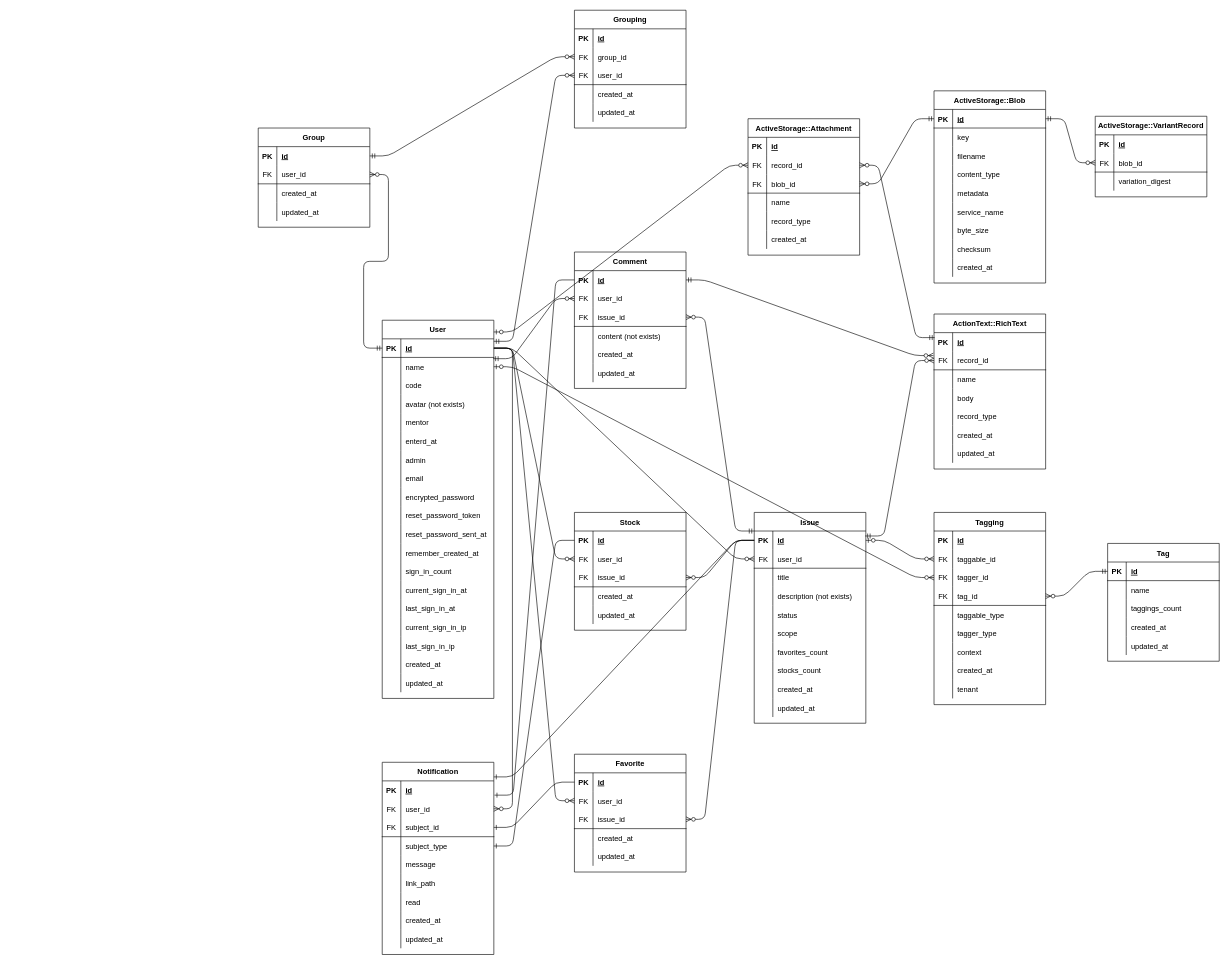
fumtas1k/issues_app keeps this draw.io diagram as RDD/ER.drawio. Above is the earlier version. Source tidied: cells renumbered, new cells numbered last; positions are measured from the earlier drawing's top-left corner, leaving out a move shared by most shapes. Both pictures are drawn from the tidied source at 62%, with x=0, y=0 at pixel (258, 10).
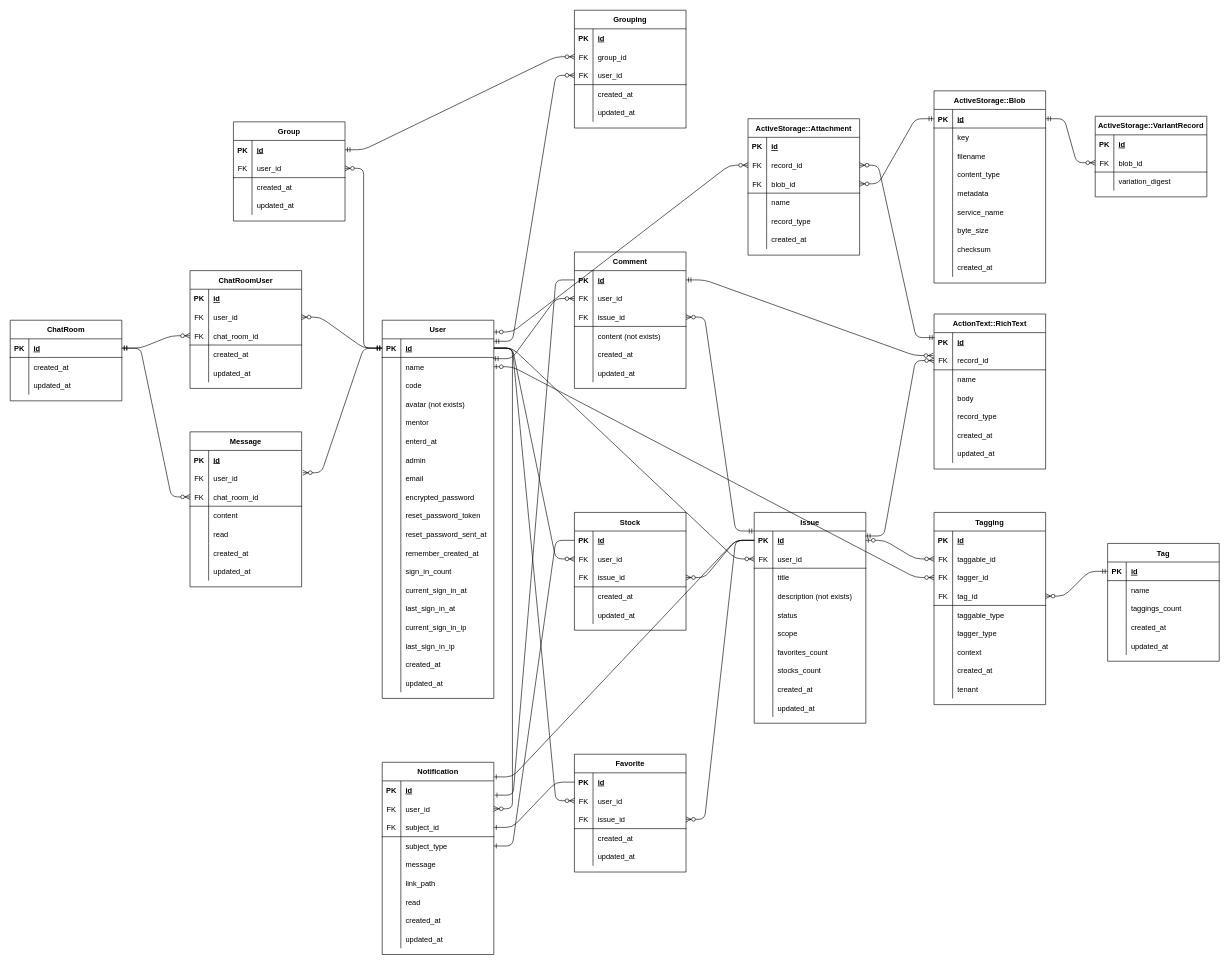
The same diagram, later.

Unchanged cells that the change refers to:
```xml
<mxCell id="3" style="shape=partialRectangle;fillColor=none;top=0;left=0;bottom=1;right=0;points=[[0,0.5],[1,0.5]];portConstraint=eastwest;" parent="2" vertex="1">
  <mxGeometry y="30" width="180" height="30" as="geometry" />
</mxCell>
```

Diff of the diagram source:
```diff
@@
     <mxCell id="303" value="Group" style="shape=table;startSize=30;childLayout=tableLayout;rowLines=0;fontStyle=1;align=center;" parent="1" vertex="1">
-      <mxGeometry y="190" width="180" height="160" as="geometry" />
+      <mxGeometry x="-40" y="180" width="180" height="160" as="geometry" />
     </mxCell>
@@
+    <mxCell id="346" value="ChatRoomUser" style="shape=table;startSize=30;childLayout=tableLayout;rowLines=0;fontStyle=1;align=center;" parent="1" vertex="1">
+      <mxGeometry x="-110" y="420" width="180" height="190" as="geometry" />
+    </mxCell>
+    <mxCell id="347" style="shape=partialRectangle;fillColor=none;top=0;left=0;bottom=0;right=0;" parent="346" vertex="1">
+      <mxGeometry y="30" width="180" height="30" as="geometry" />
+    </mxCell>
+    <mxCell id="348" value="PK" style="shape=partialRectangle;fillColor=none;top=0;left=0;bottom=0;right=0;fontStyle=1;overflow=hidden;" parent="347" vertex="1">
+      <mxGeometry width="30" height="30" as="geometry" />
+    </mxCell>
+    <mxCell id="349" value="id" style="shape=partialRectangle;fillColor=none;top=0;left=0;bottom=0;right=0;align=left;spacingLeft=6;fontStyle=5;overflow=hidden;" parent="347" vertex="1">
+      <mxGeometry x="30" width="150" height="30" as="geometry" />
+    </mxCell>
+    <mxCell id="350" style="shape=partialRectangle;fillColor=none;top=0;left=0;bottom=0;right=0;points=[[0,0.5],[1,0.5]];portConstraint=eastwest;" parent="346" vertex="1">
+      <mxGeometry y="60" width="180" height="30" as="geometry" />
+    </mxCell>
+    <mxCell id="351" value="FK" style="shape=partialRectangle;fillColor=none;top=0;left=0;bottom=0;right=0;fontStyle=0;overflow=hidden;" parent="350" vertex="1">
+      <mxGeometry width="30" height="30" as="geometry" />
+    </mxCell>
+    <mxCell id="352" value="user_id" style="shape=partialRectangle;fillColor=none;top=0;left=0;bottom=0;right=0;align=left;spacingLeft=6;fontStyle=0;overflow=hidden;" parent="350" vertex="1">
+      <mxGeometry x="30" width="150" height="30" as="geometry" />
+    </mxCell>
+    <mxCell id="353" style="shape=partialRectangle;fillColor=none;top=0;left=0;bottom=1;right=0;points=[[0,0.5],[1,0.5]];portConstraint=eastwest;fontStyle=0;" parent="346" vertex="1">
+      <mxGeometry y="90" width="180" height="30" as="geometry" />
+    </mxCell>
+    <mxCell id="354" value="FK" style="shape=partialRectangle;fillColor=none;top=0;left=0;bottom=0;right=0;fontStyle=0;overflow=hidden;" parent="353" vertex="1">
+      <mxGeometry width="30" height="30" as="geometry" />
+    </mxCell>
+    <mxCell id="355" value="chat_room_id" style="shape=partialRectangle;fillColor=none;top=0;left=0;bottom=0;right=0;align=left;spacingLeft=6;fontStyle=0;overflow=hidden;" parent="353" vertex="1">
+      <mxGeometry x="30" width="150" height="30" as="geometry" />
+    </mxCell>
+    <mxCell id="356" style="shape=partialRectangle;fillColor=none;top=0;left=0;bottom=0;right=0;" parent="346" vertex="1">
+      <mxGeometry y="120" width="180" height="30" as="geometry" />
+    </mxCell>
+    <mxCell id="357" style="shape=partialRectangle;fillColor=none;top=0;left=0;bottom=0;right=0;overflow=hidden;" parent="356" vertex="1">
+      <mxGeometry width="30" height="30" as="geometry" />
+    </mxCell>
+    <mxCell id="358" value="created_at" style="shape=partialRectangle;fillColor=none;top=0;left=0;bottom=0;right=0;align=left;spacingLeft=6;overflow=hidden;" parent="356" vertex="1">
+      <mxGeometry x="30" width="150" height="30" as="geometry" />
+    </mxCell>
+    <mxCell id="359" style="shape=partialRectangle;fillColor=none;top=0;left=0;bottom=0;right=0;" parent="346" vertex="1">
+      <mxGeometry y="150" width="180" height="30" as="geometry" />
+    </mxCell>
+    <mxCell id="360" style="shape=partialRectangle;fillColor=none;top=0;left=0;bottom=0;right=0;overflow=hidden;" parent="359" vertex="1">
+      <mxGeometry width="30" height="30" as="geometry" />
+    </mxCell>
+    <mxCell id="361" value="updated_at" style="shape=partialRectangle;fillColor=none;top=0;left=0;bottom=0;right=0;align=left;spacingLeft=6;overflow=hidden;" parent="359" vertex="1">
+      <mxGeometry x="30" width="150" height="30" as="geometry" />
+    </mxCell>
+    <mxCell id="362" value="ChatRoom" style="shape=table;startSize=30;childLayout=tableLayout;rowLines=0;fontStyle=1;align=center;" parent="1" vertex="1">
+      <mxGeometry x="-400" y="500" width="180" height="130" as="geometry" />
+    </mxCell>
+    <mxCell id="363" style="shape=partialRectangle;fillColor=none;top=0;left=0;bottom=1;right=0;points=[[0,0.5],[1,0.5]];portConstraint=eastwest;fontStyle=0;" parent="362" vertex="1">
+      <mxGeometry y="30" width="180" height="30" as="geometry" />
+    </mxCell>
+    <mxCell id="364" value="PK" style="shape=partialRectangle;fillColor=none;top=0;left=0;bottom=0;right=0;fontStyle=1;overflow=hidden;" parent="363" vertex="1">
+      <mxGeometry width="30" height="30" as="geometry" />
+    </mxCell>
+    <mxCell id="365" value="id" style="shape=partialRectangle;fillColor=none;top=0;left=0;bottom=0;right=0;align=left;spacingLeft=6;fontStyle=5;overflow=hidden;" parent="363" vertex="1">
+      <mxGeometry x="30" width="150" height="30" as="geometry" />
+    </mxCell>
+    <mxCell id="366" style="shape=partialRectangle;fillColor=none;top=0;left=0;bottom=0;right=0;" parent="362" vertex="1">
+      <mxGeometry y="60" width="180" height="30" as="geometry" />
+    </mxCell>
+    <mxCell id="367" style="shape=partialRectangle;fillColor=none;top=0;left=0;bottom=0;right=0;overflow=hidden;" parent="366" vertex="1">
+      <mxGeometry width="30" height="30" as="geometry" />
+    </mxCell>
+    <mxCell id="368" value="created_at" style="shape=partialRectangle;fillColor=none;top=0;left=0;bottom=0;right=0;align=left;spacingLeft=6;overflow=hidden;" parent="366" vertex="1">
+      <mxGeometry x="30" width="150" height="30" as="geometry" />
+    </mxCell>
+    <mxCell id="369" style="shape=partialRectangle;fillColor=none;top=0;left=0;bottom=0;right=0;" parent="362" vertex="1">
+      <mxGeometry y="90" width="180" height="30" as="geometry" />
+    </mxCell>
+    <mxCell id="370" style="shape=partialRectangle;fillColor=none;top=0;left=0;bottom=0;right=0;overflow=hidden;" parent="369" vertex="1">
+      <mxGeometry width="30" height="30" as="geometry" />
+    </mxCell>
+    <mxCell id="371" value="updated_at" style="shape=partialRectangle;fillColor=none;top=0;left=0;bottom=0;right=0;align=left;spacingLeft=6;overflow=hidden;" parent="369" vertex="1">
+      <mxGeometry x="30" width="150" height="30" as="geometry" />
+    </mxCell>
+    <mxCell id="372" value="Message" style="shape=table;startSize=30;childLayout=tableLayout;rowLines=0;fontStyle=1;align=center;" parent="1" vertex="1">
+      <mxGeometry x="-110" y="680" width="180" height="250" as="geometry" />
+    </mxCell>
+    <mxCell id="373" style="shape=partialRectangle;fillColor=none;top=0;left=0;bottom=0;right=0;" parent="372" vertex="1">
+      <mxGeometry y="30" width="180" height="30" as="geometry" />
+    </mxCell>
+    <mxCell id="374" value="PK" style="shape=partialRectangle;fillColor=none;top=0;left=0;bottom=0;right=0;fontStyle=1;overflow=hidden;" parent="373" vertex="1">
+      <mxGeometry width="30" height="30" as="geometry" />
+    </mxCell>
+    <mxCell id="375" value="id" style="shape=partialRectangle;fillColor=none;top=0;left=0;bottom=0;right=0;align=left;spacingLeft=6;fontStyle=5;overflow=hidden;" parent="373" vertex="1">
+      <mxGeometry x="30" width="150" height="30" as="geometry" />
+    </mxCell>
+    <mxCell id="376" style="shape=partialRectangle;fillColor=none;top=0;left=0;bottom=0;right=0;points=[[0,0.5],[1,0.5]];portConstraint=eastwest;" parent="372" vertex="1">
+      <mxGeometry y="60" width="180" height="30" as="geometry" />
+    </mxCell>
+    <mxCell id="377" value="FK" style="shape=partialRectangle;fillColor=none;top=0;left=0;bottom=0;right=0;fontStyle=0;overflow=hidden;" parent="376" vertex="1">
+      <mxGeometry width="30" height="30" as="geometry" />
+    </mxCell>
+    <mxCell id="378" value="user_id" style="shape=partialRectangle;fillColor=none;top=0;left=0;bottom=0;right=0;align=left;spacingLeft=6;fontStyle=0;overflow=hidden;" parent="376" vertex="1">
+      <mxGeometry x="30" width="150" height="30" as="geometry" />
+    </mxCell>
+    <mxCell id="379" style="shape=partialRectangle;fillColor=none;top=0;left=0;bottom=1;right=0;points=[[0,0.5],[1,0.5]];portConstraint=eastwest;fontStyle=0;" parent="372" vertex="1">
+      <mxGeometry y="90" width="180" height="30" as="geometry" />
+    </mxCell>
+    <mxCell id="380" value="FK" style="shape=partialRectangle;fillColor=none;top=0;left=0;bottom=0;right=0;fontStyle=0;overflow=hidden;" parent="379" vertex="1">
+      <mxGeometry width="30" height="30" as="geometry" />
+    </mxCell>
+    <mxCell id="381" value="chat_room_id" style="shape=partialRectangle;fillColor=none;top=0;left=0;bottom=0;right=0;align=left;spacingLeft=6;fontStyle=0;overflow=hidden;" parent="379" vertex="1">
+      <mxGeometry x="30" width="150" height="30" as="geometry" />
+    </mxCell>
+    <mxCell id="382" style="shape=partialRectangle;fillColor=none;top=0;left=0;bottom=0;right=0;" parent="372" vertex="1">
+      <mxGeometry y="120" width="180" height="30" as="geometry" />
+    </mxCell>
+    <mxCell id="383" style="shape=partialRectangle;fillColor=none;top=0;left=0;bottom=0;right=0;overflow=hidden;" parent="382" vertex="1">
+      <mxGeometry width="30" height="30" as="geometry" />
+    </mxCell>
+    <mxCell id="384" value="content" style="shape=partialRectangle;fillColor=none;top=0;left=0;bottom=0;right=0;align=left;spacingLeft=6;overflow=hidden;" parent="382" vertex="1">
+      <mxGeometry x="30" width="150" height="30" as="geometry" />
+    </mxCell>
+    <mxCell id="385" style="shape=partialRectangle;fillColor=none;top=0;left=0;bottom=0;right=0;" parent="372" vertex="1">
+      <mxGeometry y="150" width="180" height="30" as="geometry" />
+    </mxCell>
+    <mxCell id="386" style="shape=partialRectangle;fillColor=none;top=0;left=0;bottom=0;right=0;overflow=hidden;" parent="385" vertex="1">
+      <mxGeometry width="30" height="30" as="geometry" />
+    </mxCell>
+    <mxCell id="387" value="read" style="shape=partialRectangle;fillColor=none;top=0;left=0;bottom=0;right=0;align=left;spacingLeft=6;overflow=hidden;" parent="385" vertex="1">
+      <mxGeometry x="30" width="150" height="30" as="geometry" />
+    </mxCell>
+    <mxCell id="388" style="shape=partialRectangle;fillColor=none;top=0;left=0;bottom=0;right=0;" parent="372" vertex="1">
+      <mxGeometry y="180" width="180" height="30" as="geometry" />
+    </mxCell>
+    <mxCell id="389" style="shape=partialRectangle;fillColor=none;top=0;left=0;bottom=0;right=0;overflow=hidden;" parent="388" vertex="1">
+      <mxGeometry width="30" height="30" as="geometry" />
+    </mxCell>
+    <mxCell id="390" value="created_at" style="shape=partialRectangle;fillColor=none;top=0;left=0;bottom=0;right=0;align=left;spacingLeft=6;overflow=hidden;" parent="388" vertex="1">
+      <mxGeometry x="30" width="150" height="30" as="geometry" />
+    </mxCell>
+    <mxCell id="391" style="shape=partialRectangle;fillColor=none;top=0;left=0;bottom=0;right=0;" parent="372" vertex="1">
+      <mxGeometry y="210" width="180" height="30" as="geometry" />
+    </mxCell>
+    <mxCell id="392" style="shape=partialRectangle;fillColor=none;top=0;left=0;bottom=0;right=0;overflow=hidden;" parent="391" vertex="1">
+      <mxGeometry width="30" height="30" as="geometry" />
+    </mxCell>
+    <mxCell id="393" value="updated_at" style="shape=partialRectangle;fillColor=none;top=0;left=0;bottom=0;right=0;align=left;spacingLeft=6;overflow=hidden;" parent="391" vertex="1">
+      <mxGeometry x="30" width="150" height="30" as="geometry" />
+    </mxCell>
+    <mxCell id="394" style="edgeStyle=entityRelationEdgeStyle;fontSize=12;html=1;endArrow=ERzeroToMany;startArrow=ERmandOne;exitX=1;exitY=0.5;exitDx=0;exitDy=0;" parent="1" edge="1" source="363" target="379">
+      <mxGeometry relative="1" as="geometry" />
+    </mxCell>
+    <mxCell id="395" style="edgeStyle=entityRelationEdgeStyle;fontSize=12;html=1;endArrow=ERzeroToMany;startArrow=ERmandOne;exitX=1;exitY=0.5;exitDx=0;exitDy=0;entryX=0;entryY=0.5;entryDx=0;entryDy=0;" parent="1" edge="1" source="363" target="353">
+      <mxGeometry relative="1" as="geometry" />
+    </mxCell>
+    <mxCell id="396" style="edgeStyle=entityRelationEdgeStyle;fontSize=12;html=1;endArrow=ERzeroToMany;startArrow=ERmandOne;exitX=0;exitY=0.5;exitDx=0;exitDy=0;entryX=1;entryY=0.5;entryDx=0;entryDy=0;" parent="1" edge="1" source="3" target="350">
+      <mxGeometry relative="1" as="geometry" />
+    </mxCell>
+    <mxCell id="397" style="edgeStyle=entityRelationEdgeStyle;fontSize=12;html=1;endArrow=ERzeroToMany;startArrow=ERmandOne;exitX=0;exitY=0.5;exitDx=0;exitDy=0;entryX=1.011;entryY=0.2;entryDx=0;entryDy=0;entryPerimeter=0;" parent="1" edge="1" source="3" target="376">
+      <mxGeometry relative="1" as="geometry" />
+    </mxCell>
```
